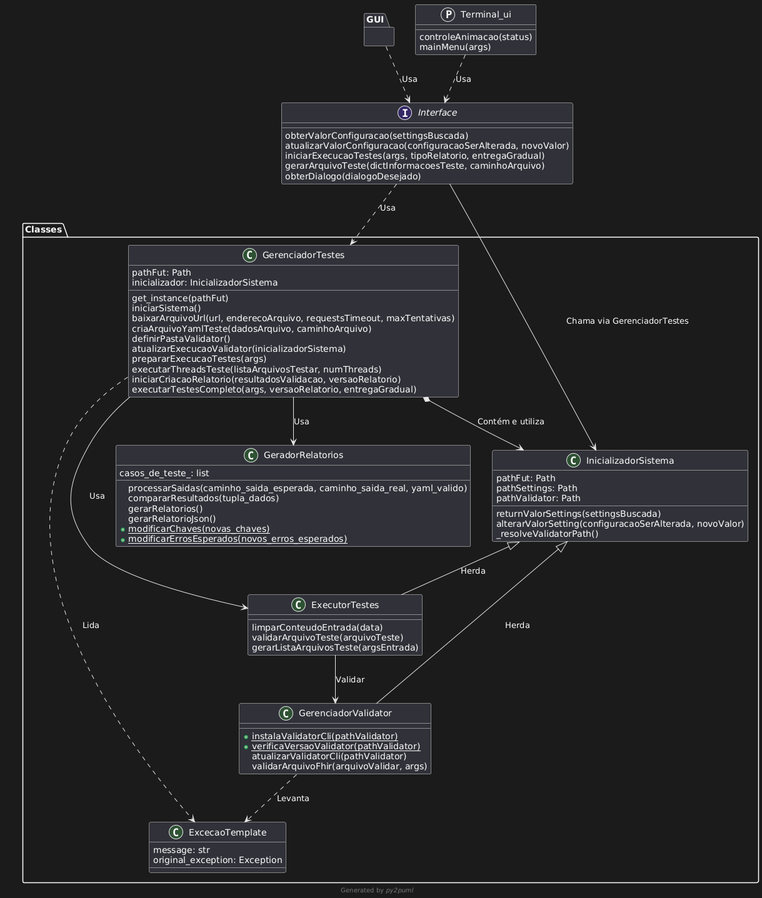
Above: Documentacao/Diagramas/DiagramaClasse.png in LeonardoCFilho/fut (PlantUML), before the change. Its source is kept beside it as Documentacao/Diagramas/DiagramaClasse.puml.
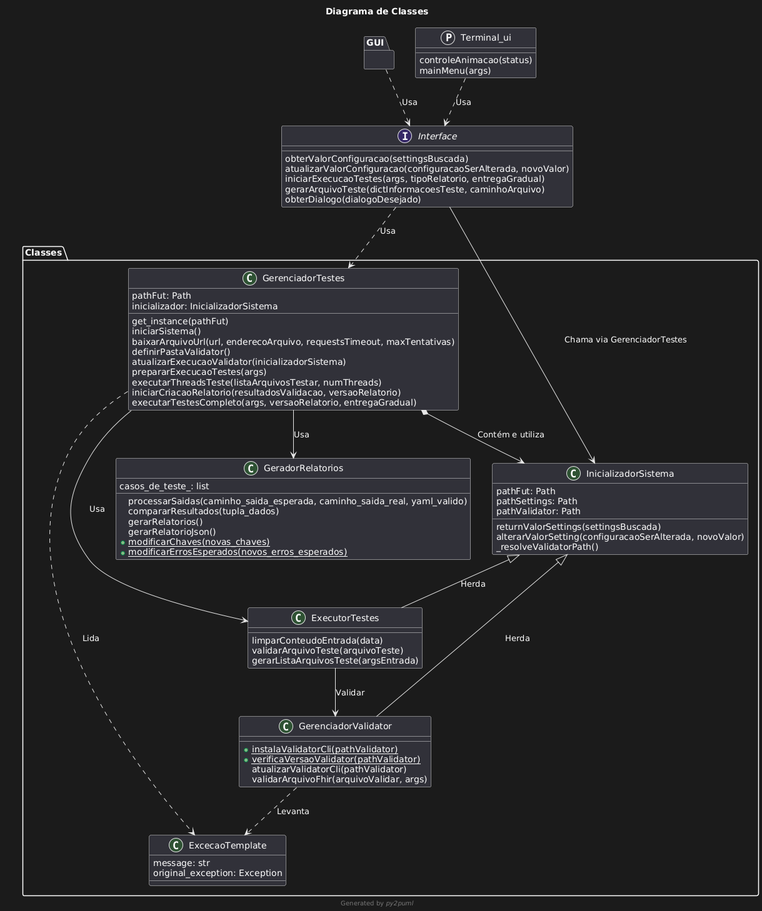
The same diagram one commit later.

What changed in the source:
```diff
@@ -34,7 +34,6 @@
   get_instance(pathFut)
   iniciarSistema()
   baixarArquivoUrl(url, enderecoArquivo, requestsTimeout, maxTentativas)
-  criaArquivoYamlTeste(dadosArquivo, caminhoArquivo)
   definirPastaValidator()
   atualizarExecucaoValidator(inicializadorSistema)
   prepararExecucaoTestes(args)
```
